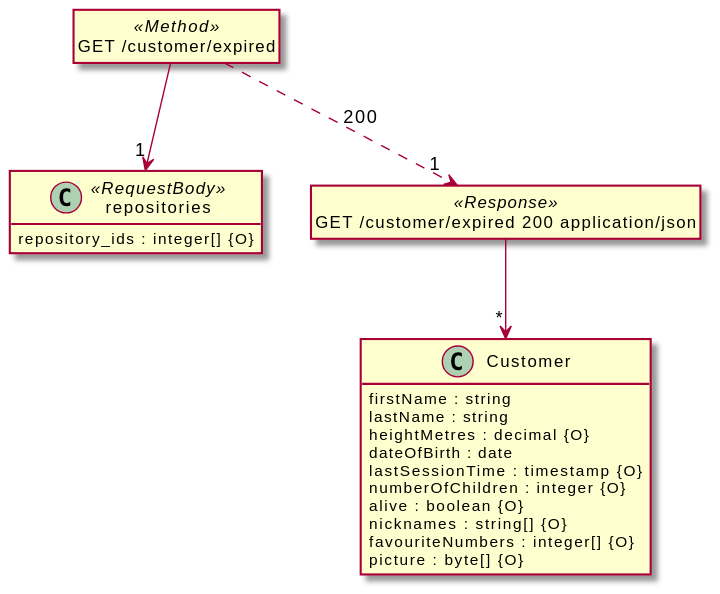
davidmoten/openapi-to-plantuml keeps this PlantUML diagram as src/docs/tests/request-body-ref.puml.svg. Above is the earlier version.
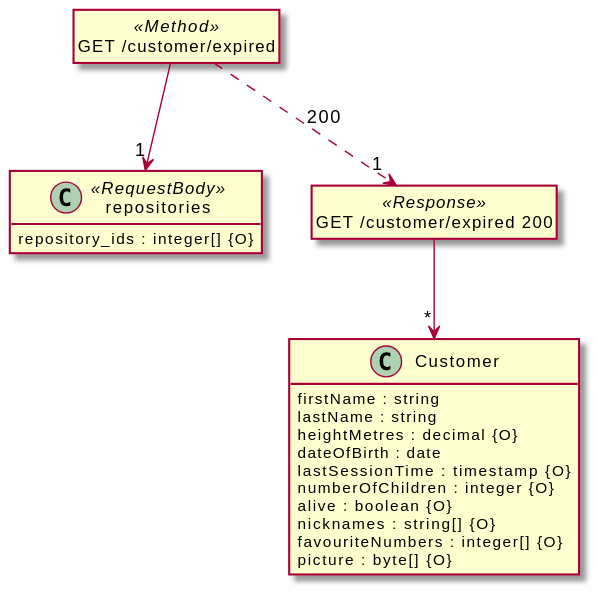
Above is the later version.

What changed in the source:
```diff
@@ -26,12 +26,12 @@
 class "GET /customer/expired" <<Method>> {
 }
 
-class "GET /customer/expired 200 application/json" <<Response>> {
+class "GET /customer/expired 200" <<Response>> {
 }
 
-"GET /customer/expired 200 application/json" --> "*" "Customer"
+"GET /customer/expired 200" --> "*" "Customer"
 
-"GET /customer/expired" ..> "1" "GET /customer/expired 200 application/json"  :  "200"
+"GET /customer/expired" ..> "1" "GET /customer/expired 200"  :  "200"
 
 "GET /customer/expired" --> "1" "repositories"
 
```
